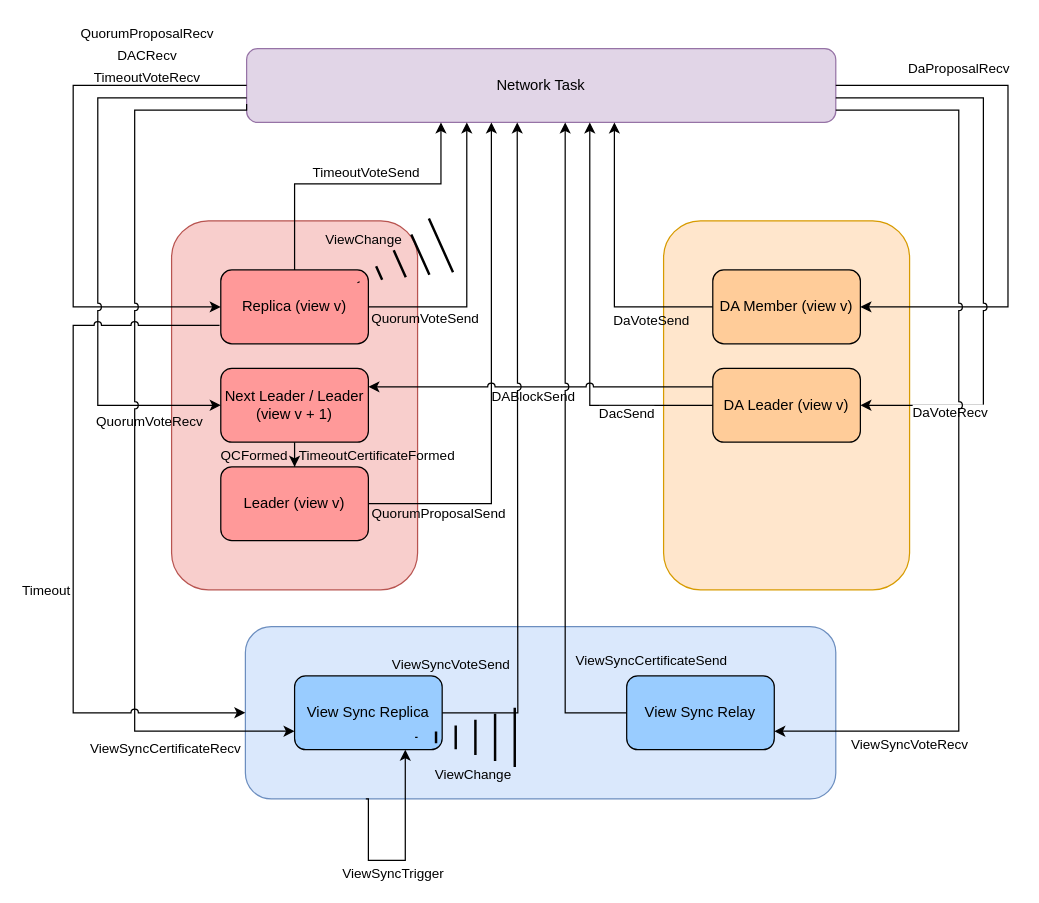
Before: crates/task-impls/HotShot_event_architecture.drawio in EspressoSystems/HotShot, a draw.io diagram. Source tidied: cells renumbered, new cells numbered last; positions are measured from the earlier drawing's top-left corner, leaving out a move shared by most shapes. Both pictures are drawn from the tidied source at 123%, with x=0, y=0 at pixel (73, 48).
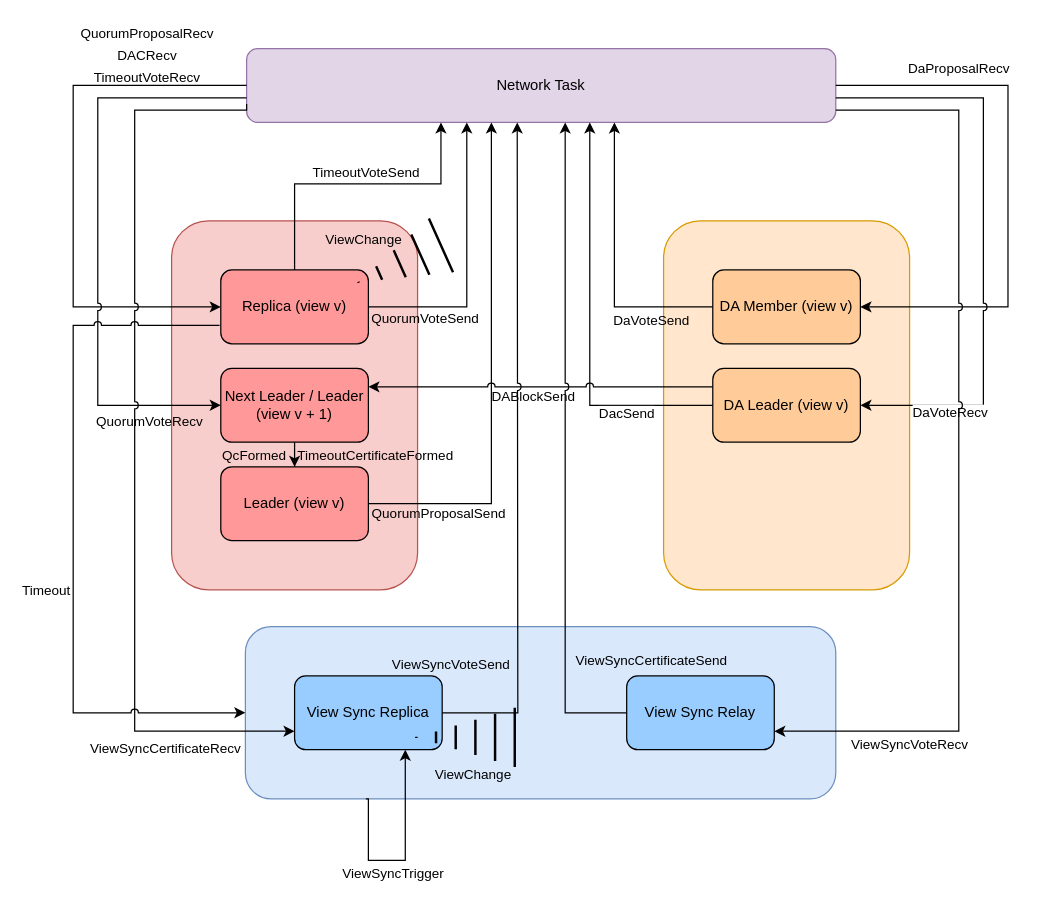
The same diagram, later.

Unchanged cells that the change refers to:
```xml
<mxCell id="22" style="edgeStyle=orthogonalEdgeStyle;rounded=0;jettySize=auto;html=1;entryX=0.5;entryY=0;entryDx=0;entryDy=0;" parent="13" edge="1" source="7" target="8">
  <mxGeometry relative="1" as="geometry" />
</mxCell>
```

Diff of the diagram source:
```diff
@@
-    <mxCell id="23" value="QCFormed&amp;nbsp; &amp;nbsp;TimeoutCertificateFormed" style="edgeLabel;html=1;align=center;verticalAlign=middle;labelBackgroundColor=none;" parent="22" vertex="1">
+    <mxCell id="23" value="QcFormed&amp;nbsp; &amp;nbsp;TimeoutCertificateFormed" style="edgeLabel;html=1;align=center;verticalAlign=middle;labelBackgroundColor=none;" parent="22" vertex="1">
       <mxGeometry x="0.01" y="3" relative="1" as="geometry">
         <mxPoint x="37" as="offset" />
       </mxGeometry>
     </mxCell>
```
